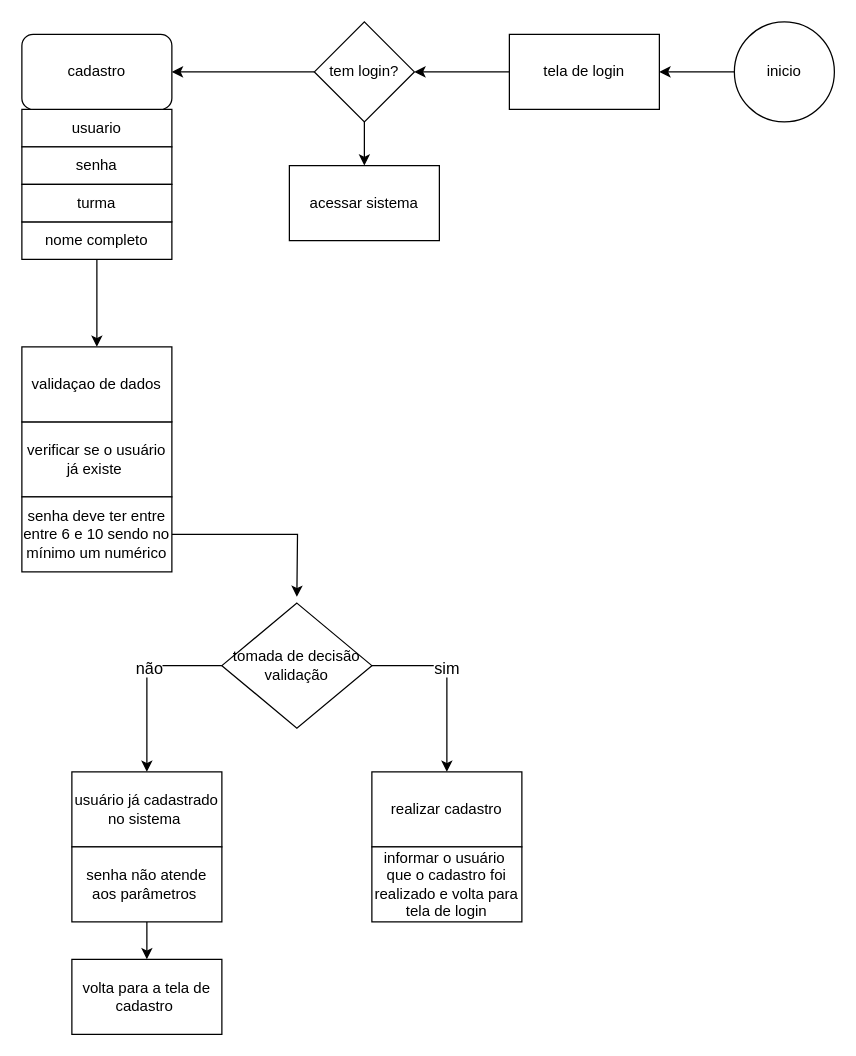
Before: fluxogramas/Diagrama do projeto.drawio in Samuel-Goulart/cadastro.ativos, a draw.io diagram. Source tidied: cells renumbered, new cells numbered last; positions are measured from the earlier drawing's top-left corner, leaving out a move shared by most shapes. Both pictures are drawn from the tidied source at 125%, with x=0, y=0 at pixel (21, 21).
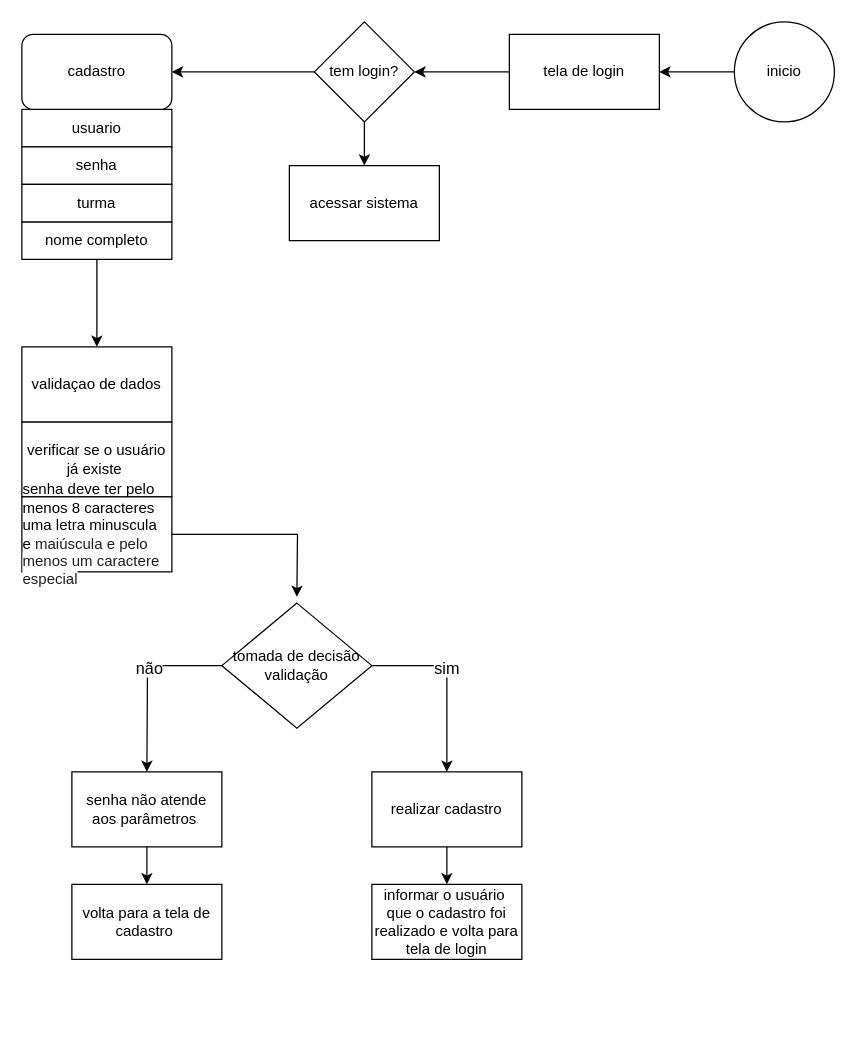
The same page after the edit.

The change refers to these unchanged cells:
```xml
<mxCell id="13" value="tomada de decisão&lt;div&gt;validação&lt;/div&gt;" style="rhombus;whiteSpace=wrap;html=1;" parent="1" vertex="1">
  <mxGeometry x="160" y="465" width="120" height="100" as="geometry" />
</mxCell>
<mxCell id="18" value="realizar cadastro" style="rounded=0;whiteSpace=wrap;html=1;" parent="1" vertex="1">
  <mxGeometry x="280" y="600" width="120" height="60" as="geometry" />
</mxCell>
```

Diff of the diagram source:
```diff
@@
-    <mxCell id="16" value="senha deve ter entre entre 6 e 10 sendo no mínimo um numérico" style="rounded=0;whiteSpace=wrap;html=1;" parent="1" vertex="1">
+    <mxCell id="16" value="&lt;div style=&quot;text-align: start;&quot;&gt;&lt;span style=&quot;background-color: transparent; color: light-dark(rgb(0, 0, 0), rgb(255, 255, 255));&quot;&gt;senha deve ter pelo menos 8 caracteres uma letra minuscula e&amp;nbsp;&lt;/span&gt;&lt;span style=&quot;background-color: rgb(255, 255, 255); color: rgb(31, 31, 31); font-family: &amp;quot;Google Sans&amp;quot;, Arial, sans-serif;&quot;&gt;&lt;font&gt;maiúscula e pelo menos um caractere especial&lt;/font&gt;&lt;/span&gt;&lt;/div&gt;" style="rounded=0;whiteSpace=wrap;html=1;" parent="1" vertex="1">
       <mxGeometry y="380" width="120" height="60" as="geometry" />
     </mxCell>
@@
+    <mxCell id="33" style="edgeStyle=orthogonalEdgeStyle;rounded=0;jettySize=auto;html=1;exitX=0.5;exitY=1;exitDx=0;exitDy=0;entryX=0.5;entryY=0;entryDx=0;entryDy=0;" parent="1" edge="1" source="18" target="19">
+      <mxGeometry relative="1" as="geometry" />
+    </mxCell>
@@
     <mxCell id="19" value="informar o usuário&amp;nbsp;&lt;div&gt;que o cadastro foi realizado e volta para tela de login&lt;/div&gt;" style="rounded=0;whiteSpace=wrap;html=1;" parent="1" vertex="1">
-      <mxGeometry x="280" y="660" width="120" height="60" as="geometry" />
+      <mxGeometry x="280" y="690" width="120" height="60" as="geometry" />
     </mxCell>
@@
-    <mxCell id="26" style="edgeStyle=orthogonalEdgeStyle;rounded=0;jettySize=auto;html=1;exitX=0;exitY=0.5;exitDx=0;exitDy=0;entryX=0.5;entryY=0;entryDx=0;entryDy=0;" parent="1" edge="1" source="13" target="29">
-      <mxGeometry relative="1" as="geometry" />
+    <mxCell id="26" style="edgeStyle=orthogonalEdgeStyle;rounded=0;jettySize=auto;html=1;exitX=0;exitY=0.5;exitDx=0;exitDy=0;entryX=0.5;entryY=0;entryDx=0;entryDy=0;" parent="1" edge="1" source="13">
+      <mxGeometry relative="1" as="geometry">
+        <mxPoint x="100" y="600" as="targetPoint" />
+      </mxGeometry>
     </mxCell>
@@
-    <mxCell id="28" style="edgeStyle=orthogonalEdgeStyle;rounded=0;jettySize=auto;html=1;" parent="1" edge="1" source="29" target="31">
-      <mxGeometry relative="1" as="geometry" />
+    <mxCell id="28" style="edgeStyle=orthogonalEdgeStyle;rounded=0;jettySize=auto;html=1;" parent="1" edge="1" target="31">
+      <mxGeometry relative="1" as="geometry">
+        <mxPoint x="100" y="660" as="sourcePoint" />
+      </mxGeometry>
     </mxCell>
-    <mxCell id="29" value="usuário já cadastrado&lt;div&gt;no sistema&amp;nbsp;&lt;/div&gt;" style="rounded=0;whiteSpace=wrap;html=1;" parent="1" vertex="1">
-      <mxGeometry x="40" y="600" width="120" height="60" as="geometry" />
-    </mxCell>
@@
     <mxCell id="31" value="senha não atende aos parâmetros&amp;nbsp;" style="whiteSpace=wrap;html=1;rounded=0;" parent="1" vertex="1">
-      <mxGeometry x="40" y="660" width="120" height="60" as="geometry" />
+      <mxGeometry x="40" y="600" width="120" height="60" as="geometry" />
     </mxCell>
     <mxCell id="32" value="volta para a tela de cadastro&amp;nbsp;" style="whiteSpace=wrap;html=1;rounded=0;" parent="1" vertex="1">
-      <mxGeometry x="40" y="750" width="120" height="60" as="geometry" />
+      <mxGeometry x="40" y="690" width="120" height="60" as="geometry" />
     </mxCell>
```
